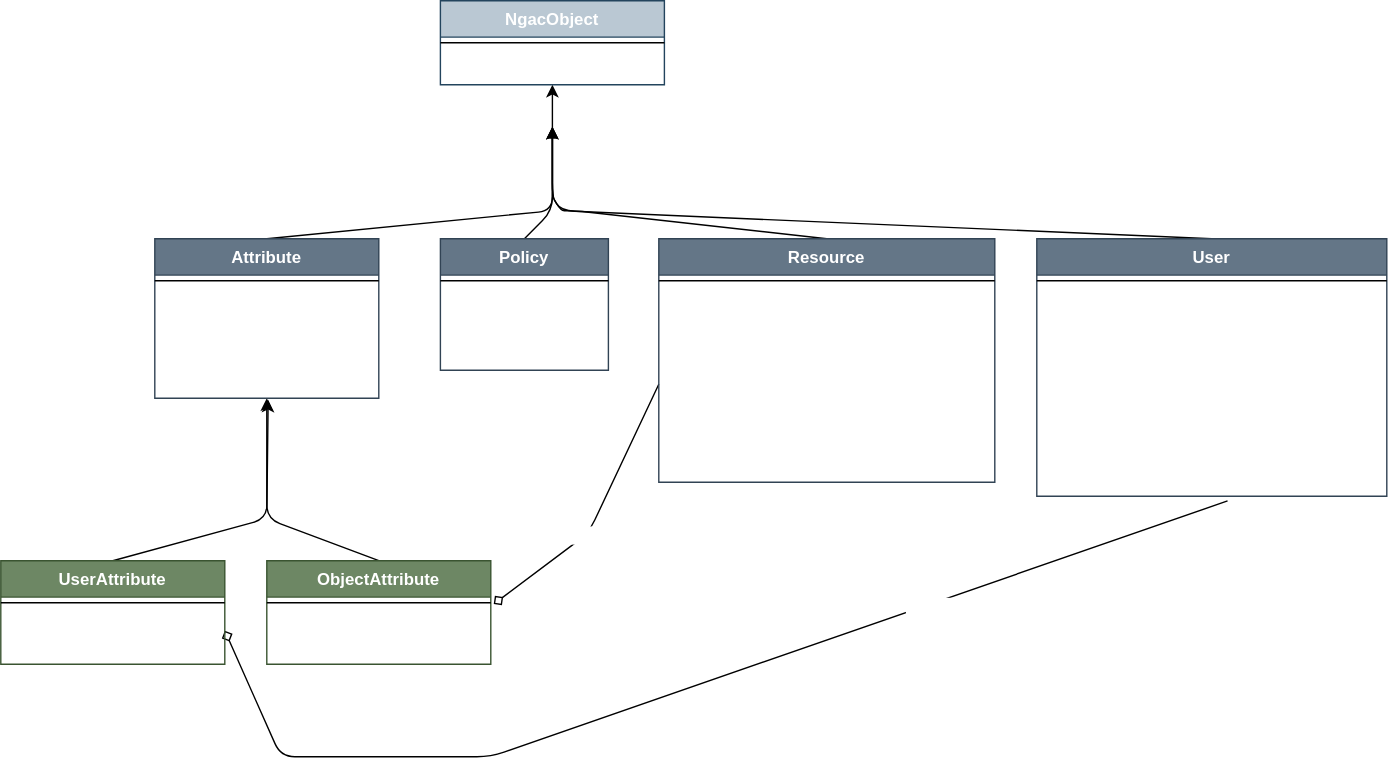
ivajon/NGAC_ABE keeps this draw.io diagram as docs/design/NGAC/ngac_types/design.uml.drawio.svg. Above is the earlier version. Source tidied: cells renumbered, new cells last; positions are measured from the earlier drawing's top-left corner, leaving out a move shared by most shapes.
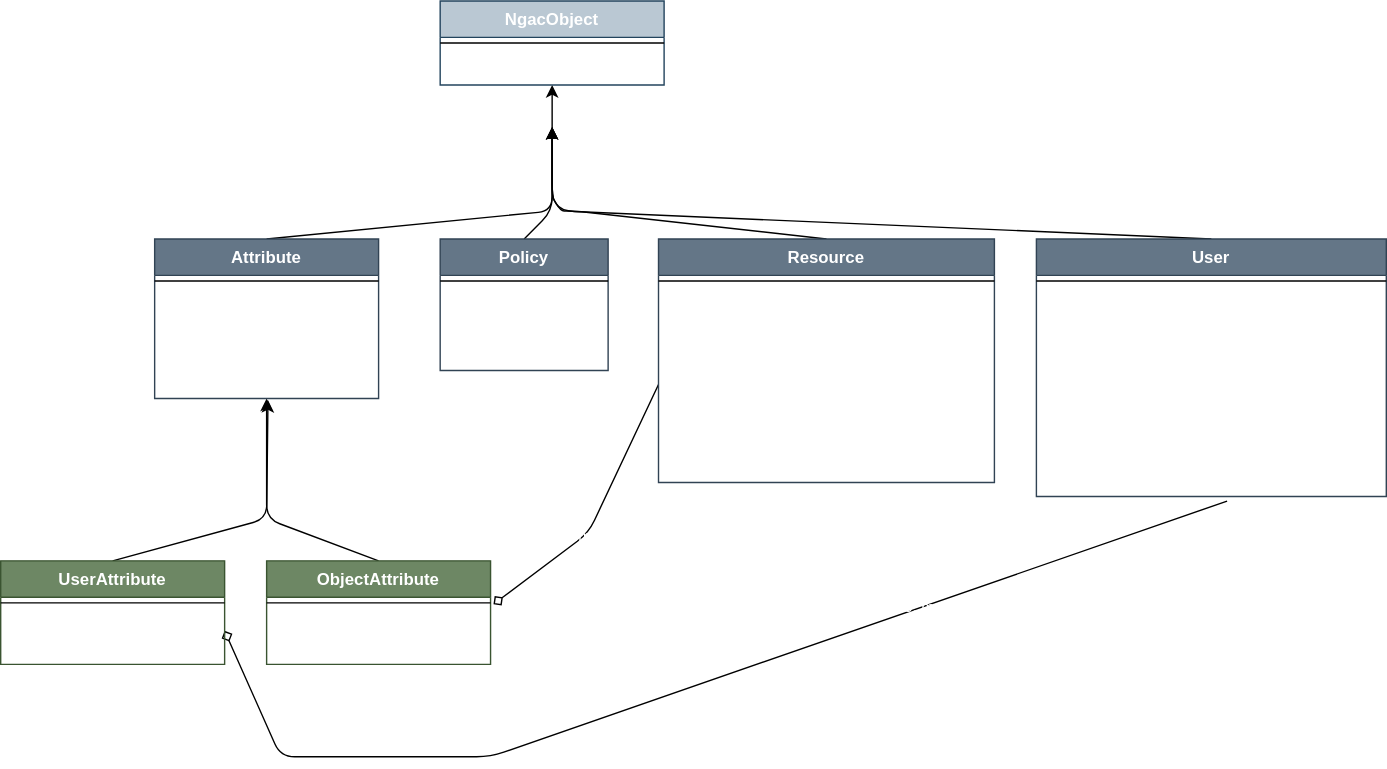
The same file after the commit.

Commit message:
improved uml

Diff of the diagram source:
```diff
@@ -40,7 +40,7 @@
         </Array>
       </mxGeometry>
     </mxCell>
-    <mxCell id="7" value="0..many" style="edgeLabel;html=1;align=center;verticalAlign=middle;fontColor=#FFFFFF;" parent="6" vertex="1">
+    <mxCell id="7" value="0..many" style="edgeLabel;html=1;align=center;verticalAlign=middle;fontColor=#FFFFFF;labelBackgroundColor=none;" parent="6" vertex="1">
       <mxGeometry x="0.18" y="1" relative="1" as="geometry" />
     </mxCell>
     <mxCell id="8" style="edgeStyle=none;html=1;exitX=0.5;exitY=0;exitDx=0;exitDy=0;endArrow=classic;endFill=1;entryX=0.5;entryY=1;entryDx=0;entryDy=0;fontColor=#FFFFFF;" parent="1" edge="1" source="27" target="12">
@@ -70,7 +70,7 @@
         </Array>
       </mxGeometry>
     </mxCell>
-    <mxCell id="11" value="0..many&lt;br&gt;" style="edgeLabel;html=1;align=center;verticalAlign=middle;fontColor=#FFFFFF;" parent="10" vertex="1">
+    <mxCell id="11" value="0..many&lt;br&gt;" style="edgeLabel;html=1;align=center;verticalAlign=middle;fontColor=#FFFFFF;labelBackgroundColor=none;" parent="10" vertex="1">
       <mxGeometry x="-0.44" y="2" relative="1" as="geometry" />
     </mxCell>
     <mxCell id="12" value="NgacObject" style="swimlane;fontStyle=1;align=center;verticalAlign=top;horizontal=1;startSize=26;fillColor=#bac8d3;strokeColor=#23445d;fontColor=#FFFFFF;" parent="1" vertex="1">
```
